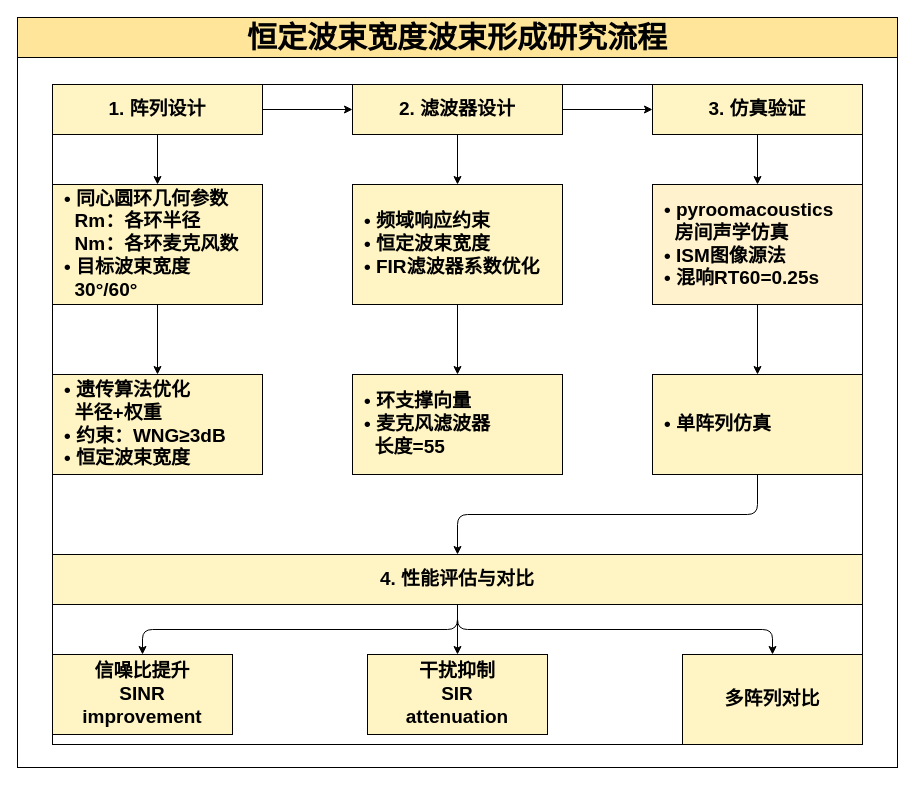
Above: TEMP/未命名绘图.drawio in hengxt/drawio (draw.io), before the change. Source tidied: cells renumbered, new cells numbered last; positions are measured from the earlier drawing's top-left corner, leaving out a move shared by most shapes. Both pictures are drawn from the tidied source at 100%, with x=0, y=0 at pixel (17, 17).
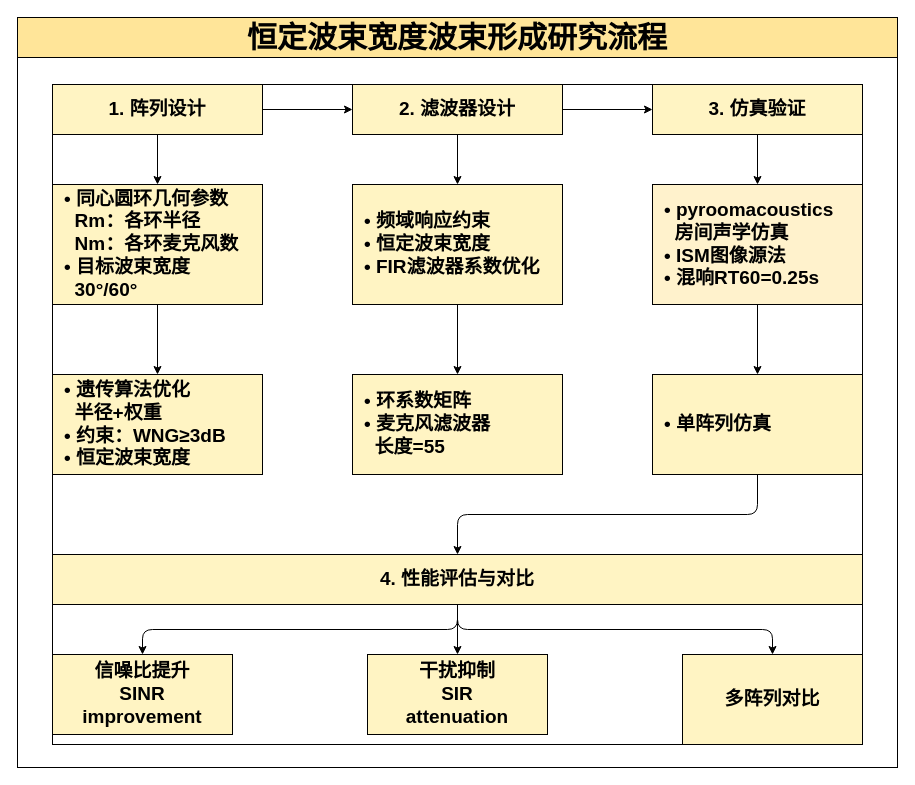
The same page after the edit.

Commit message:
更新未命名绘图.drawio

The change refers to these unchanged cells:
```xml
<mxCell id="4" style="group;fontColor=default;strokeColor=light-dark(#000000, #3e2800);fontStyle=1;" parent="1" vertex="1">
  <mxGeometry x="35" y="67" width="810" height="660" as="geometry" />
</mxCell>
```

What changed in the source:
```diff
@@
-    <mxCell id="12" value="• 环支撑向量&lt;br&gt;• 麦克风滤波器&lt;br&gt;&amp;nbsp;&amp;nbsp;长度=55" style="rounded=0;whiteSpace=wrap;html=1;align=left;spacingLeft=10;fillColor=#FFF4C3;strokeColor=light-dark(#000000, #3e2800);fontColor=default;fontSize=19;fontStyle=1;" parent="4" vertex="1">
+    <mxCell id="12" value="• 环系数矩阵&lt;br&gt;• 麦克风滤波器&lt;br&gt;&amp;nbsp;&amp;nbsp;长度=55" style="rounded=0;whiteSpace=wrap;html=1;align=left;spacingLeft=10;fillColor=#FFF4C3;strokeColor=light-dark(#000000, #3e2800);fontColor=default;fontSize=19;fontStyle=1;" parent="4" vertex="1">
       <mxGeometry x="300" y="290" width="210" height="100" as="geometry" />
     </mxCell>
```
